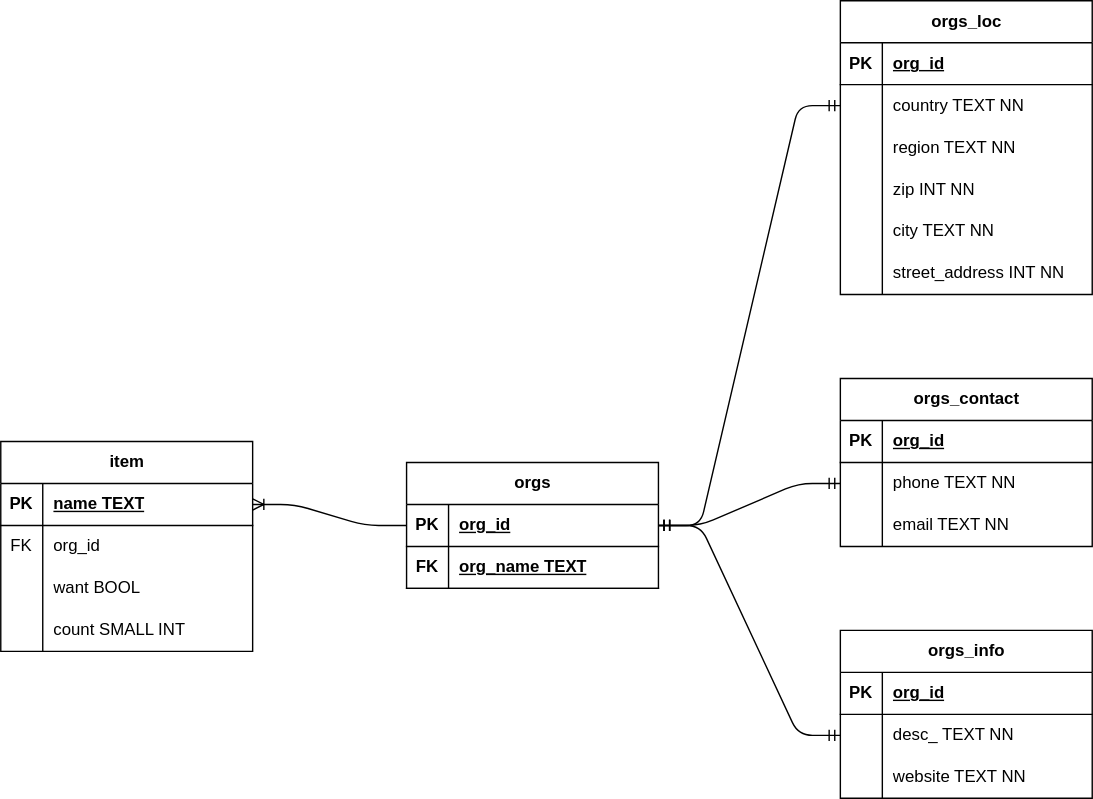
kurealnum/non-profit-link keeps this draw.io diagram as diagrams/database_schema.drawio.svg. Above is the earlier version. Source tidied: cells renumbered, new cells last; positions are measured from the earlier drawing's top-left corner, leaving out a move shared by most shapes.
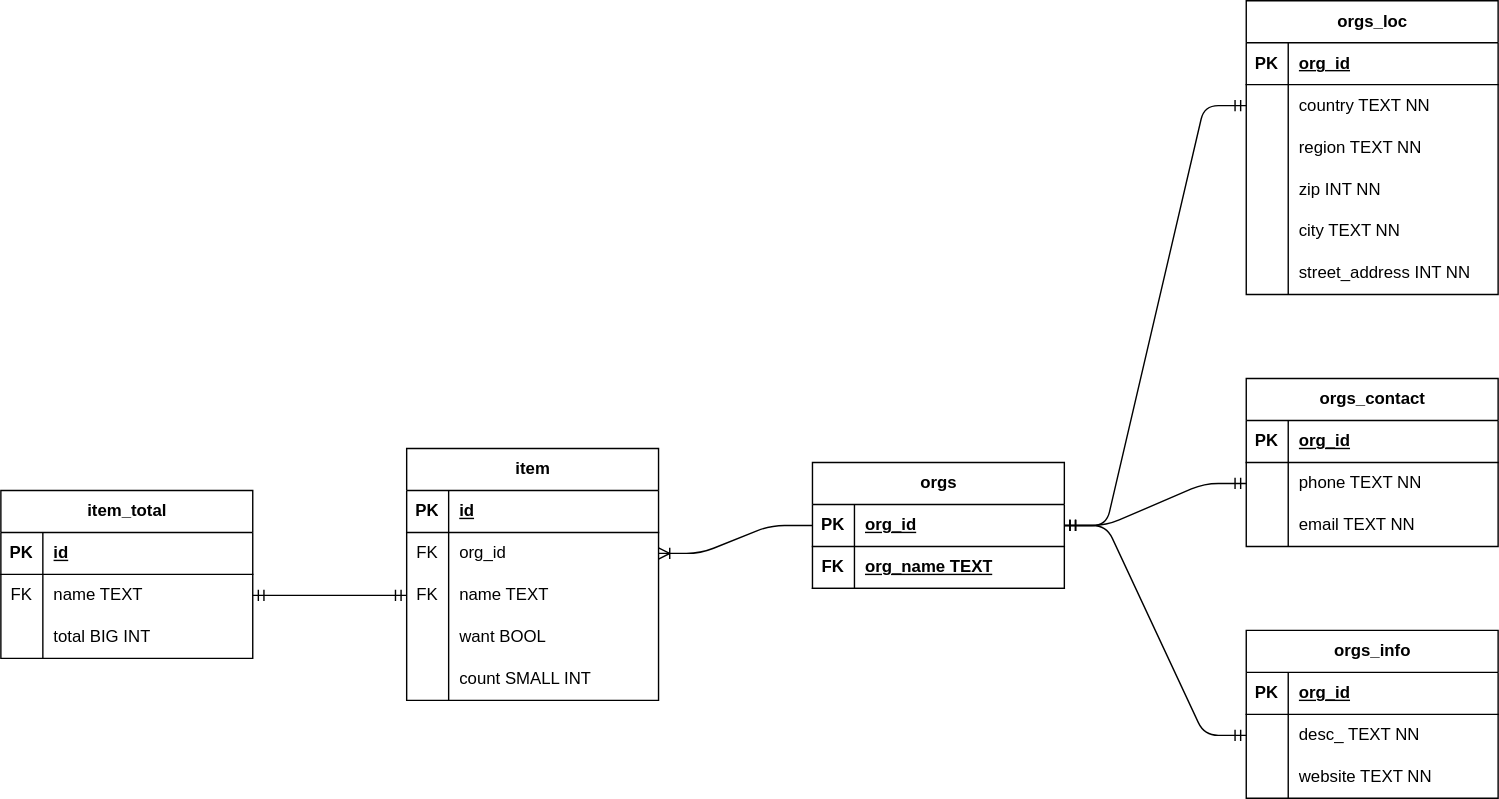
Above is the later version.

Commit message:
Going to use a new model + signals to accomplish the top_5_items query effectively

Diff of the diagram source:
```diff
@@ -156,8 +156,11 @@
         <mxPoint x="600" y="525" as="targetPoint" />
       </mxGeometry>
     </mxCell>
+    <mxCell id="64" style="edgeStyle=entityRelationEdgeStyle;fontSize=12;html=1;endArrow=ERoneToMany;exitX=0;exitY=0.5;exitDx=0;exitDy=0;entryX=1;entryY=0.5;entryDx=0;entryDy=0;" parent="1" edge="1" source="3" target="55">
+      <mxGeometry relative="1" as="geometry" />
+    </mxCell>
     <mxCell id="51" value="item" style="shape=table;startSize=30;rowLines=0;fontStyle=1;align=center;html=1;" parent="1" vertex="1">
-      <mxGeometry y="315" width="180" height="150" as="geometry" />
+      <mxGeometry y="320" width="180" height="180" as="geometry" />
     </mxCell>
     <mxCell id="52" style="shape=tableRow;horizontal=0;startSize=0;swimlaneHead=0;swimlaneBody=0;fillColor=none;points=[[0,0.5],[1,0.5]];portConstraint=eastwest;top=0;left=0;right=0;bottom=1;" parent="51" vertex="1">
       <mxGeometry y="30" width="180" height="30" as="geometry" />
@@ -165,7 +168,7 @@
     <mxCell id="53" value="PK" style="shape=partialRectangle;fillColor=none;top=0;left=0;bottom=0;right=0;fontStyle=1;overflow=hidden;whiteSpace=wrap;html=1;" parent="52" vertex="1">
       <mxGeometry width="30" height="30" as="geometry" />
     </mxCell>
-    <mxCell id="54" value="name TEXT" style="shape=partialRectangle;fillColor=none;top=0;left=0;bottom=0;right=0;align=left;spacingLeft=6;fontStyle=5;overflow=hidden;whiteSpace=wrap;html=1;" parent="52" vertex="1">
+    <mxCell id="54" value="id" style="shape=partialRectangle;fillColor=none;top=0;left=0;bottom=0;right=0;align=left;spacingLeft=6;fontStyle=5;overflow=hidden;whiteSpace=wrap;html=1;" parent="52" vertex="1">
       <mxGeometry x="30" width="150" height="30" as="geometry" />
     </mxCell>
     <mxCell id="55" style="shape=tableRow;horizontal=0;startSize=0;swimlaneHead=0;swimlaneBody=0;fillColor=none;points=[[0,0.5],[1,0.5]];portConstraint=eastwest;top=0;left=0;right=0;bottom=0;" parent="51" vertex="1">
@@ -177,8 +180,17 @@
     <mxCell id="57" value="org_id" style="shape=partialRectangle;fillColor=none;top=0;left=0;bottom=0;right=0;align=left;spacingLeft=6;overflow=hidden;whiteSpace=wrap;html=1;" parent="55" vertex="1">
       <mxGeometry x="30" width="150" height="30" as="geometry" />
     </mxCell>
+    <mxCell id="65" style="shape=tableRow;horizontal=0;startSize=0;swimlaneHead=0;swimlaneBody=0;fillColor=none;points=[[0,0.5],[1,0.5]];portConstraint=eastwest;top=0;left=0;right=0;bottom=0;" parent="51" vertex="1">
+      <mxGeometry y="90" width="180" height="30" as="geometry" />
+    </mxCell>
+    <mxCell id="66" value="FK" style="shape=partialRectangle;fillColor=none;top=0;left=0;bottom=0;right=0;overflow=hidden;whiteSpace=wrap;html=1;" parent="65" vertex="1">
+      <mxGeometry width="30" height="30" as="geometry" />
+    </mxCell>
+    <mxCell id="67" value="name TEXT" style="shape=partialRectangle;fillColor=none;top=0;left=0;bottom=0;right=0;align=left;spacingLeft=6;overflow=hidden;whiteSpace=wrap;html=1;" parent="65" vertex="1">
+      <mxGeometry x="30" width="150" height="30" as="geometry" />
+    </mxCell>
     <mxCell id="58" style="shape=tableRow;horizontal=0;startSize=0;swimlaneHead=0;swimlaneBody=0;fillColor=none;top=0;left=0;right=0;bottom=0;" parent="51" vertex="1">
-      <mxGeometry y="90" width="180" height="30" as="geometry" />
+      <mxGeometry y="120" width="180" height="30" as="geometry" />
     </mxCell>
     <mxCell id="59" style="shape=partialRectangle;fillColor=none;top=0;left=0;bottom=0;right=0;overflow=hidden;whiteSpace=wrap;html=1;" parent="58" vertex="1">
       <mxGeometry width="30" height="30" as="geometry" />
@@ -187,7 +199,7 @@
       <mxGeometry x="30" width="150" height="30" as="geometry" />
     </mxCell>
     <mxCell id="61" style="shape=tableRow;horizontal=0;startSize=0;swimlaneHead=0;swimlaneBody=0;fillColor=none;top=0;left=0;right=0;bottom=0;" parent="51" vertex="1">
-      <mxGeometry y="120" width="180" height="30" as="geometry" />
+      <mxGeometry y="150" width="180" height="30" as="geometry" />
     </mxCell>
     <mxCell id="62" style="shape=partialRectangle;fillColor=none;top=0;left=0;bottom=0;right=0;overflow=hidden;whiteSpace=wrap;html=1;" parent="61" vertex="1">
       <mxGeometry width="30" height="30" as="geometry" />
@@ -195,8 +207,38 @@
     <mxCell id="63" value="count SMALL INT" style="shape=partialRectangle;fillColor=none;top=0;left=0;bottom=0;right=0;align=left;spacingLeft=6;overflow=hidden;whiteSpace=wrap;html=1;" parent="61" vertex="1">
       <mxGeometry x="30" width="150" height="30" as="geometry" />
     </mxCell>
-    <mxCell id="64" style="edgeStyle=entityRelationEdgeStyle;fontSize=12;html=1;endArrow=ERoneToMany;exitX=0;exitY=0.5;exitDx=0;exitDy=0;entryX=1;entryY=0.5;entryDx=0;entryDy=0;" parent="1" edge="1" source="3" target="52">
-      <mxGeometry relative="1" as="geometry" />
-    </mxCell>
+    <mxCell id="68" value="item_total" style="shape=table;startSize=30;rowLines=0;fontStyle=1;align=center;html=1;" parent="1" vertex="1">
+      <mxGeometry x="-290" y="350" width="180" height="120" as="geometry" />
+    </mxCell>
+    <mxCell id="69" style="shape=tableRow;horizontal=0;startSize=0;swimlaneHead=0;swimlaneBody=0;fillColor=none;top=0;left=0;right=0;bottom=1;" parent="68" vertex="1">
+      <mxGeometry y="30" width="180" height="30" as="geometry" />
+    </mxCell>
+    <mxCell id="70" value="PK" style="shape=partialRectangle;fillColor=none;top=0;left=0;bottom=0;right=0;fontStyle=1;overflow=hidden;whiteSpace=wrap;html=1;" parent="69" vertex="1">
+      <mxGeometry width="30" height="30" as="geometry" />
+    </mxCell>
+    <mxCell id="71" value="id" style="shape=partialRectangle;fillColor=none;top=0;left=0;bottom=0;right=0;align=left;spacingLeft=6;fontStyle=5;overflow=hidden;whiteSpace=wrap;html=1;" parent="69" vertex="1">
+      <mxGeometry x="30" width="150" height="30" as="geometry" />
+    </mxCell>
+    <mxCell id="72" style="shape=tableRow;horizontal=0;startSize=0;swimlaneHead=0;swimlaneBody=0;fillColor=none;points=[[0,0.5],[1,0.5]];portConstraint=eastwest;top=0;left=0;right=0;bottom=0;" parent="68" vertex="1">
+      <mxGeometry y="60" width="180" height="30" as="geometry" />
+    </mxCell>
+    <mxCell id="73" value="FK" style="shape=partialRectangle;fillColor=none;top=0;left=0;bottom=0;right=0;overflow=hidden;whiteSpace=wrap;html=1;" parent="72" vertex="1">
+      <mxGeometry width="30" height="30" as="geometry" />
+    </mxCell>
+    <mxCell id="74" value="name TEXT" style="shape=partialRectangle;fillColor=none;top=0;left=0;bottom=0;right=0;align=left;spacingLeft=6;overflow=hidden;whiteSpace=wrap;html=1;" parent="72" vertex="1">
+      <mxGeometry x="30" width="150" height="30" as="geometry" />
+    </mxCell>
+    <mxCell id="75" style="shape=tableRow;horizontal=0;startSize=0;swimlaneHead=0;swimlaneBody=0;fillColor=none;top=0;left=0;right=0;bottom=0;" parent="68" vertex="1">
+      <mxGeometry y="90" width="180" height="30" as="geometry" />
+    </mxCell>
+    <mxCell id="76" style="shape=partialRectangle;fillColor=none;top=0;left=0;bottom=0;right=0;overflow=hidden;whiteSpace=wrap;html=1;" parent="75" vertex="1">
+      <mxGeometry width="30" height="30" as="geometry" />
+    </mxCell>
+    <mxCell id="77" value="total BIG INT" style="shape=partialRectangle;fillColor=none;top=0;left=0;bottom=0;right=0;align=left;spacingLeft=6;overflow=hidden;whiteSpace=wrap;html=1;" parent="75" vertex="1">
+      <mxGeometry x="30" width="150" height="30" as="geometry" />
+    </mxCell>
+    <mxCell id="78" style="edgeStyle=entityRelationEdgeStyle;fontSize=12;html=1;endArrow=ERmandOne;startArrow=ERmandOne;exitX=0;exitY=0.5;exitDx=0;exitDy=0;" parent="1" edge="1" source="65" target="72">
+      <mxGeometry relative="1" as="geometry" />
+    </mxCell>
   </root>
 </mxGraphModel>
```
